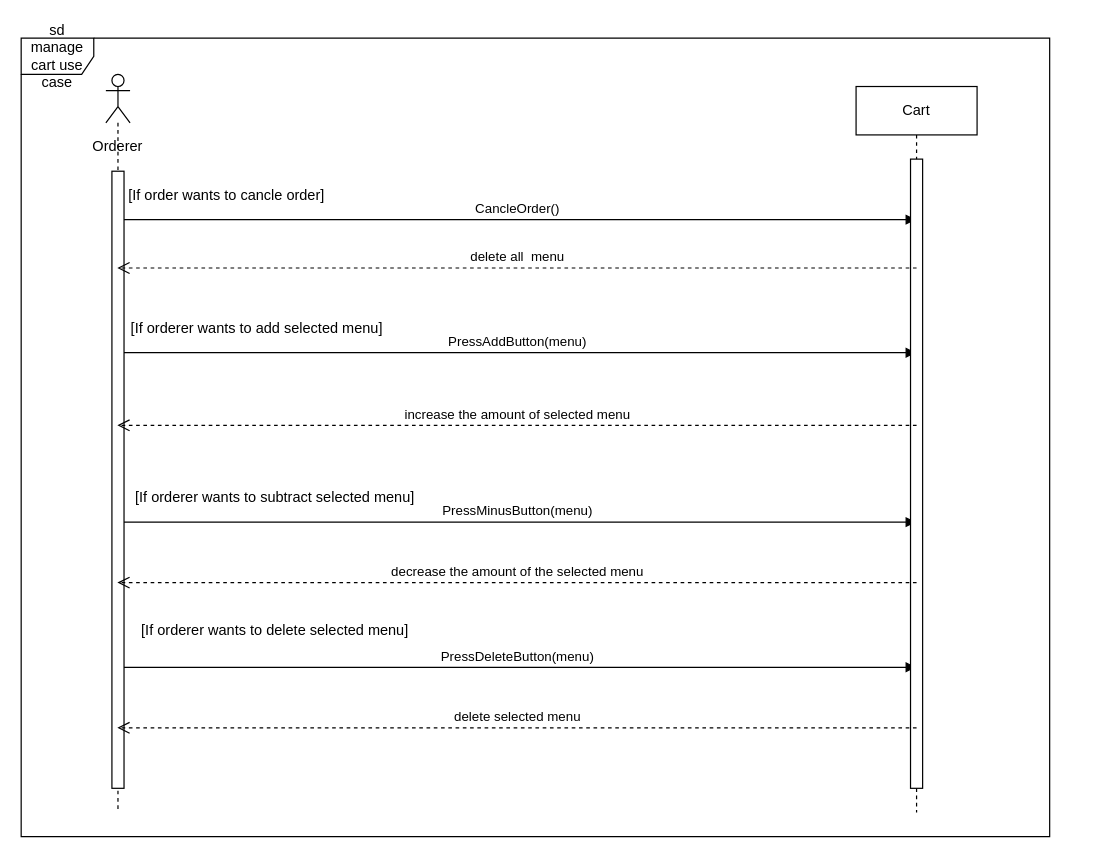
This is sd manage cart.drawio from distroytest/KNUSD-20202-Team05, a draw.io file, before an edit. Source tidied: cells renumbered, new cells numbered last; positions are measured from the earlier drawing's top-left corner, leaving out a move shared by most shapes. Both pictures are drawn from the tidied source at 121%, with x=0, y=0 at pixel (21, 38).
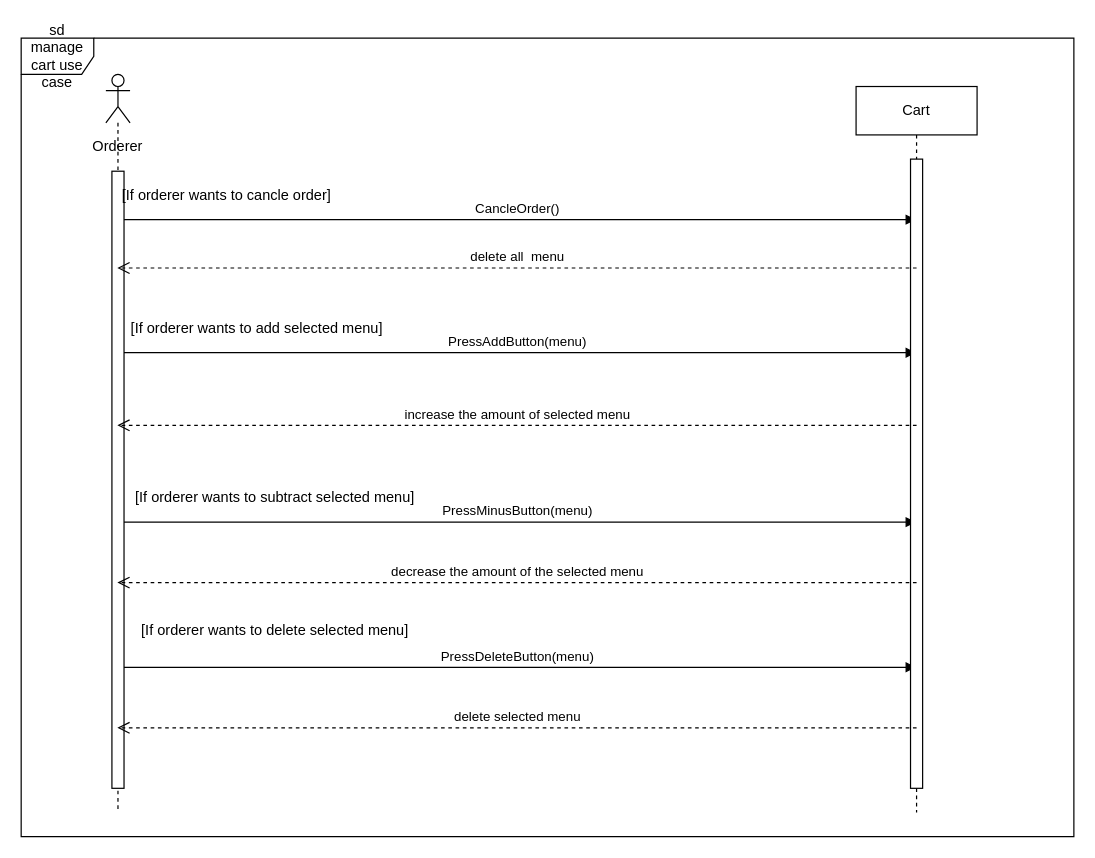
After the change.

Change to the diagram source:
```diff
@@
-    <mxCell id="15" value="[If order wants to cancle order]" style="text;html=1;strokeColor=none;fillColor=none;align=center;verticalAlign=middle;whiteSpace=wrap;rounded=0;" parent="1" vertex="1">
+    <mxCell id="15" value="[If orderer wants to cancle order]" style="text;html=1;strokeColor=none;fillColor=none;align=center;verticalAlign=middle;whiteSpace=wrap;rounded=0;" parent="1" vertex="1">
       <mxGeometry x="80" y="120" width="180" height="20" as="geometry" />
     </mxCell>
@@
     <mxCell id="19" value="sd manage cart use case" style="shape=umlFrame;whiteSpace=wrap;html=1;width=60;height=30;" parent="1" vertex="1">
-      <mxGeometry width="850" height="660" as="geometry" />
+      <mxGeometry width="870" height="660" as="geometry" />
     </mxCell>
```
